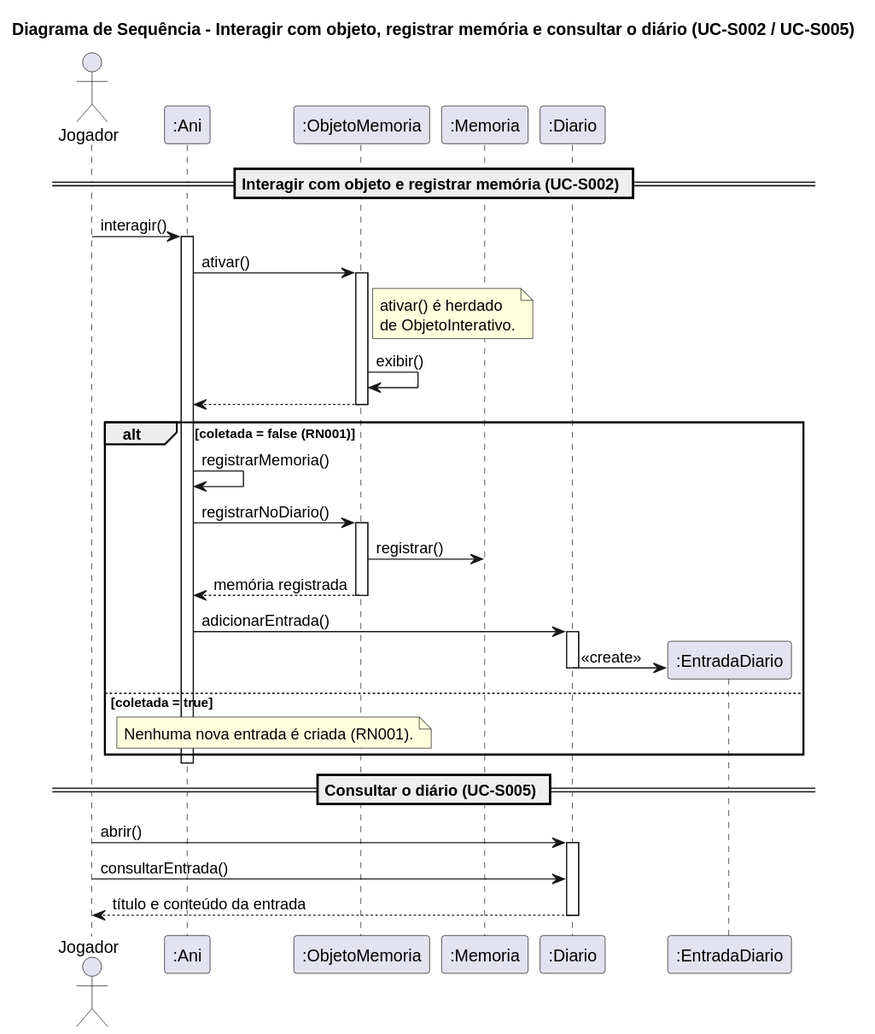
Before: docs/diagramas/sequencia-registrar-memoria.svg, a diagram exported from PlantUML (omatheusfaria/Ani).
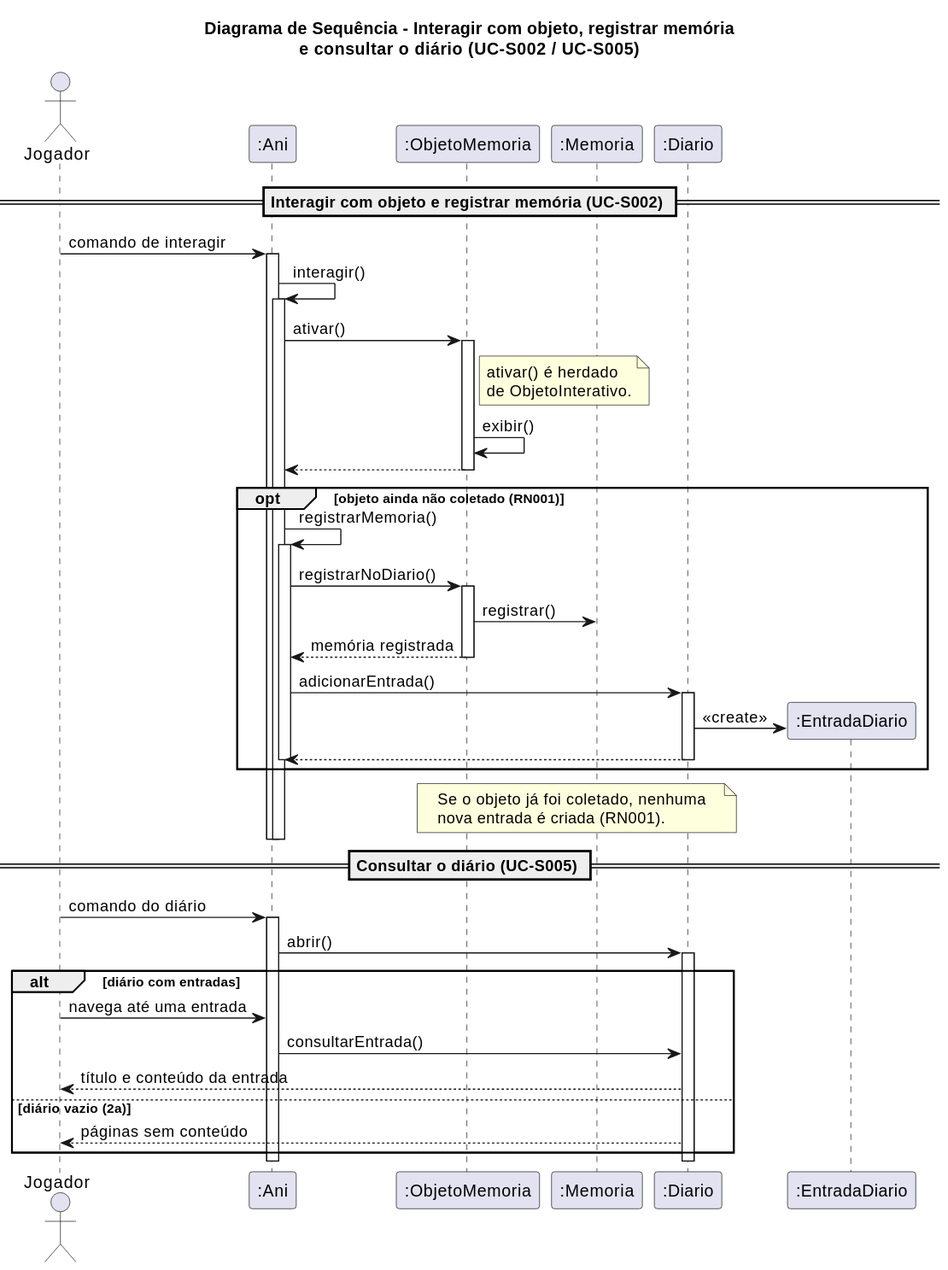
The same file after the commit.

What changed in the source:
```diff
@@ -1,5 +1,5 @@
 @startuml
-title Diagrama de Sequência - Interagir com objeto, registrar memória e consultar o diário (UC-S002 / UC-S005)
+title Diagrama de Sequência - Interagir com objeto, registrar memória\ne consultar o diário (UC-S002 / UC-S005)
 
 actor Jogador
 participant ":Ani" as Ani
@@ -8,7 +8,9 @@
 participant ":Diario" as Diario
 
 == Interagir com objeto e registrar memória (UC-S002) ==
-Jogador -> Ani : interagir()
+Jogador -> Ani : comando de interagir
+activate Ani
+Ani -> Ani : interagir()
 activate Ani
 Ani -> OM : ativar()
 activate OM
@@ -16,8 +18,9 @@
 OM -> OM : exibir()
 OM --> Ani
 deactivate OM
-alt coletada = false (RN001)
+opt objeto ainda não coletado (RN001)
   Ani -> Ani : registrarMemoria()
+  activate Ani
   Ani -> OM : registrarNoDiario()
   activate OM
   OM -> Mem : registrar()
@@ -27,16 +30,26 @@
   activate Diario
   create participant ":EntradaDiario" as Entrada
   Diario -> Entrada : «create»
+  Diario --> Ani
   deactivate Diario
-else coletada = true
-  note over Ani, OM : Nenhuma nova entrada é criada (RN001).
+  deactivate Ani
 end
+note over OM, Diario : Se o objeto já foi coletado, nenhuma\nnova entrada é criada (RN001).
+deactivate Ani
 deactivate Ani
 
 == Consultar o diário (UC-S005) ==
-Jogador -> Diario : abrir()
+Jogador -> Ani : comando do diário
+activate Ani
+Ani -> Diario : abrir()
 activate Diario
-Jogador -> Diario : consultarEntrada()
-Diario --> Jogador : título e conteúdo da entrada
+alt diário com entradas
+  Jogador -> Ani : navega até uma entrada
+  Ani -> Diario : consultarEntrada()
+  Diario --> Jogador : título e conteúdo da entrada
+else diário vazio (2a)
+  Diario --> Jogador : páginas sem conteúdo
+end
 deactivate Diario
+deactivate Ani
 @enduml
```
